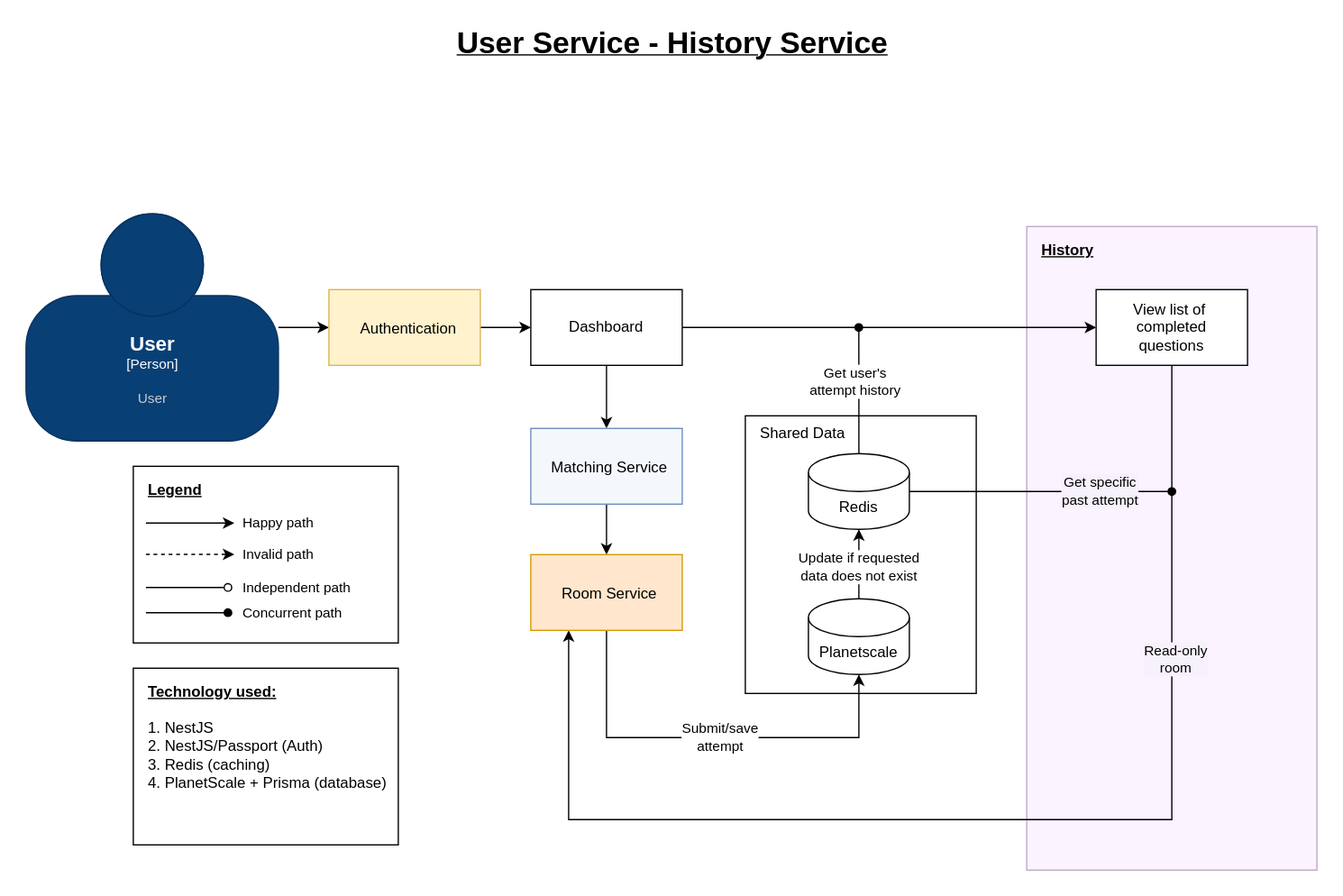
CS3219-AY2223S1/cs3219-project-ay2223s1-g42 keeps this draw.io diagram as docs/user-service-history.svg. Above is the earlier version. Source tidied: cells renumbered, new cells last; positions are measured from the earlier drawing's top-left corner, leaving out a move shared by most shapes.
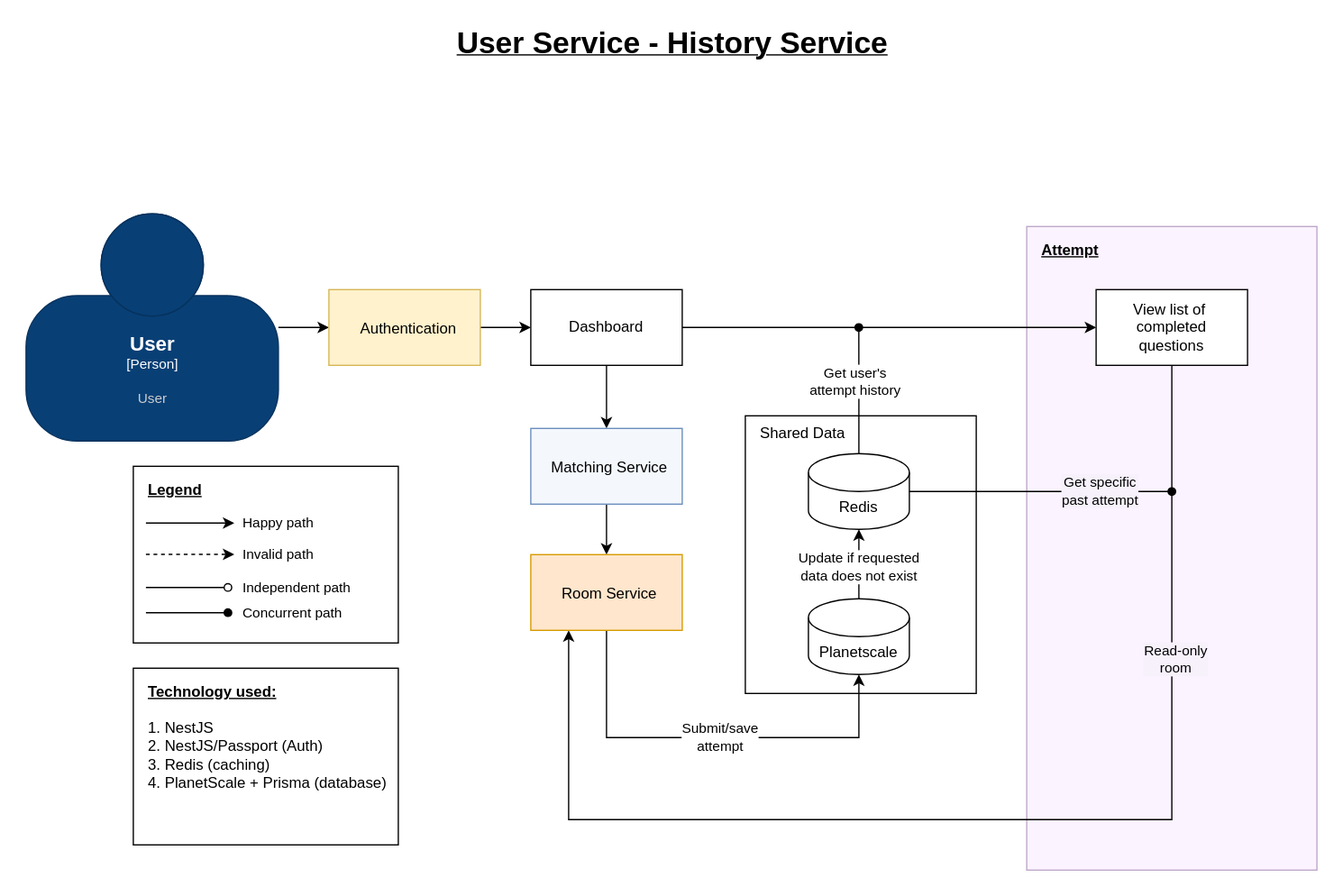
The same file after the commit.

What changed in the source:
```diff
@@ -13,7 +13,7 @@
         <mxGeometry y="145" width="200" height="180" as="geometry" />
       </mxCell>
     </object>
-    <mxCell id="5" value="&lt;span style=&quot;&quot;&gt;History&lt;/span&gt;" style="whiteSpace=wrap;html=1;align=left;verticalAlign=top;horizontal=1;spacingLeft=10;spacingTop=5;fontStyle=5;fillColor=#F8EBFF;strokeColor=#9673a6;opacity=60;" parent="1" vertex="1">
+    <mxCell id="5" value="&lt;span&gt;Attempt&lt;/span&gt;" style="whiteSpace=wrap;html=1;align=left;verticalAlign=top;horizontal=1;spacingLeft=10;spacingTop=5;fontStyle=5;fillColor=#F8EBFF;strokeColor=#9673a6;opacity=60;" parent="1" vertex="1">
       <mxGeometry x="793" y="155" width="230" height="510" as="geometry" />
     </mxCell>
     <mxCell id="6" style="edgeStyle=none;html=1;" parent="1" edge="1" source="7" target="10">
```
